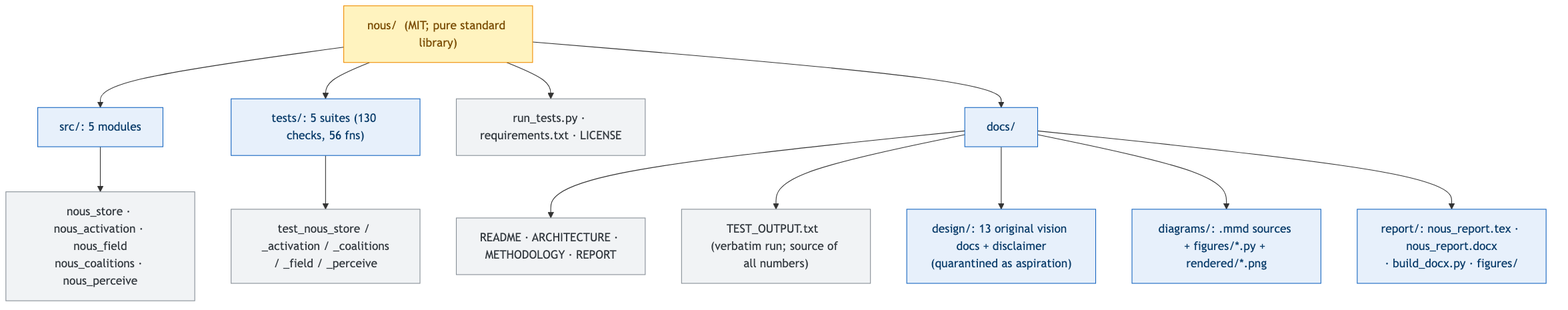
The Mermaid diagram docs/diagrams/rendered/repo_map.png in cagancaliskan/psyche, before a commit. Its source is kept beside it as docs/diagrams/repo_map.mmd.
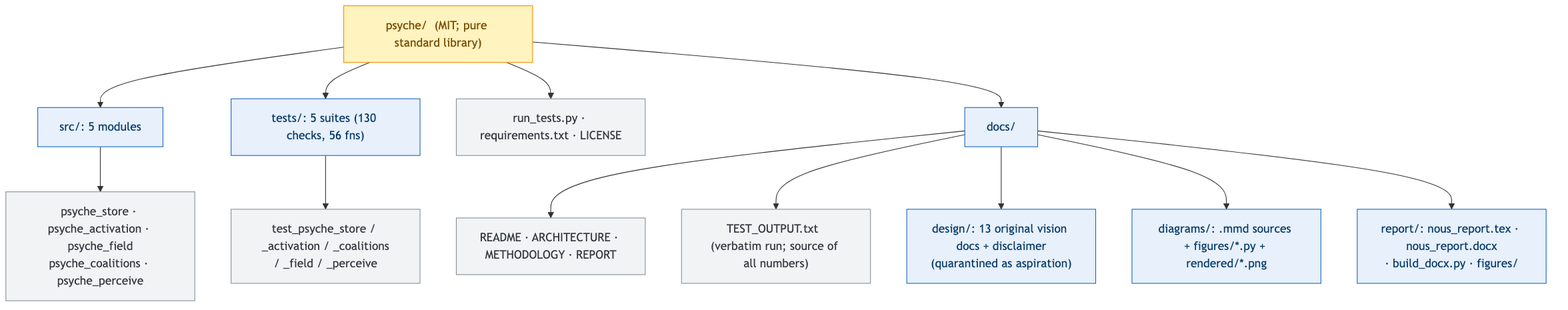
Above is the later version.

Change to the diagram source:
```diff
@@ -1,12 +1,12 @@
 flowchart TB
-    root["nous/  (MIT; pure standard library)"]:::root
+    root["psyche/  (MIT; pure standard library)"]:::root
     root --> src["src/: 5 modules"]:::dir
     root --> tests["tests/: 5 suites (130 checks, 56 fns)"]:::dir
     root --> runner["run_tests.py · requirements.txt · LICENSE"]:::file
     root --> docs["docs/"]:::dir
 
-    src --> srcf["nous_store · nous_activation · nous_field<br/>nous_coalitions · nous_perceive"]:::file
-    tests --> testf["test_nous_store / _activation / _coalitions<br/>/ _field / _perceive"]:::file
+    src --> srcf["psyche_store · psyche_activation · psyche_field<br/>psyche_coalitions · psyche_perceive"]:::file
+    tests --> testf["test_psyche_store / _activation / _coalitions<br/>/ _field / _perceive"]:::file
 
     docs --> dmain["README · ARCHITECTURE · METHODOLOGY · REPORT"]:::file
     docs --> dtest["TEST_OUTPUT.txt  (verbatim run; source of all numbers)"]:::file
```
